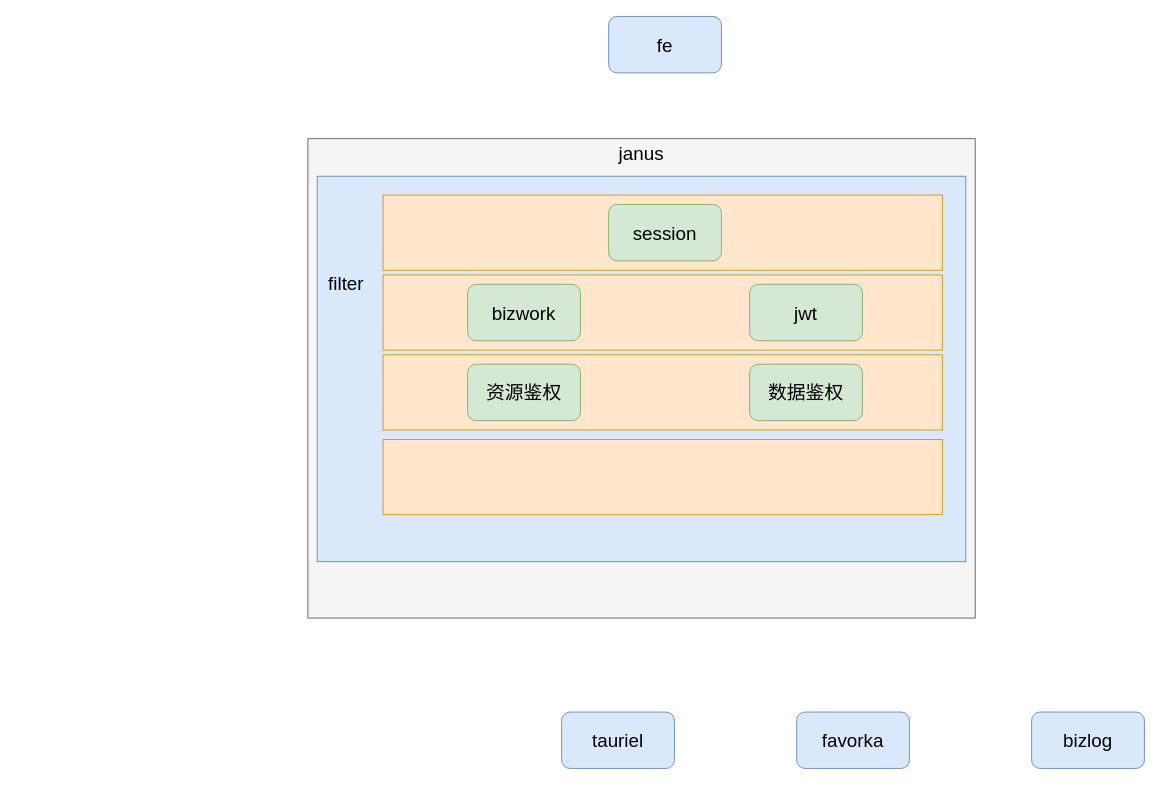
Earlier version of the draw.io diagram janus_gateway.drawio (effyroth/drawio2). Source tidied: cells renumbered, new cells numbered last; positions are measured from the earlier drawing's top-left corner, leaving out a move shared by most shapes. Both pictures are drawn from the tidied source at 94%, with x=0, y=0 at pixel (307, 16).
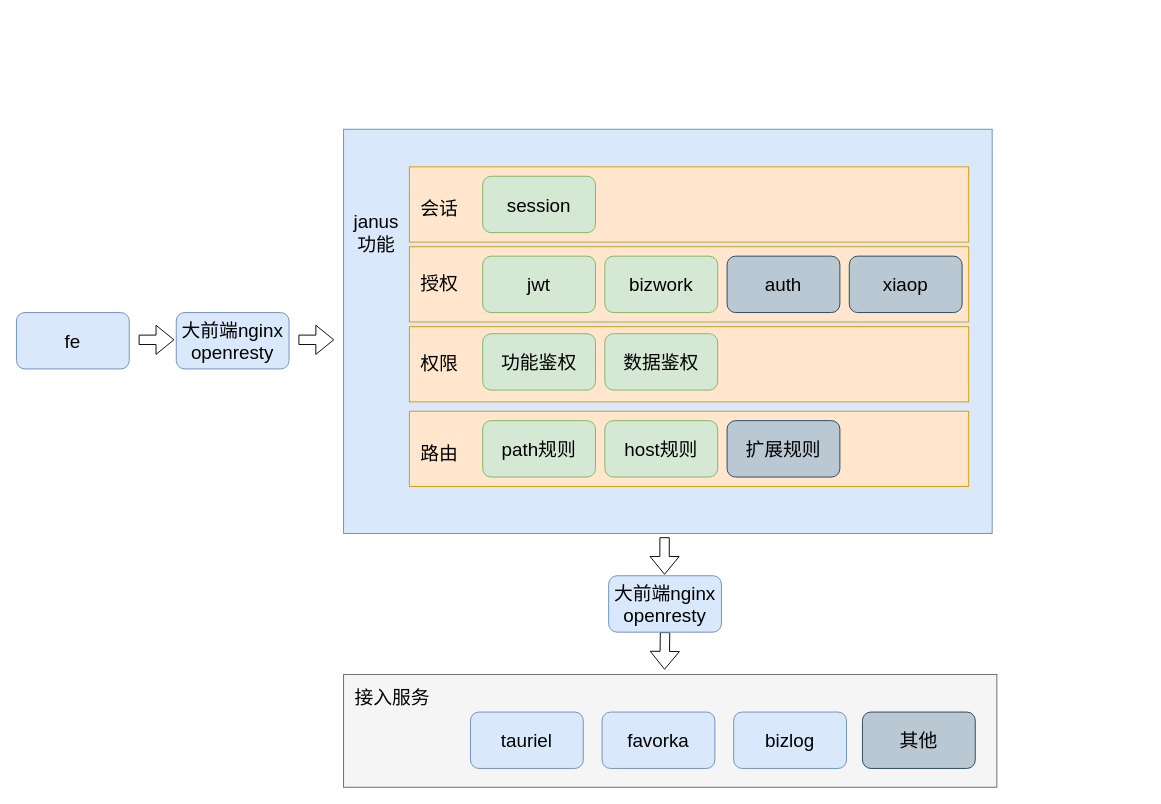
After the change.

The edit, as a diff of the source:
```diff
@@
-    <mxCell id="2" style="rounded=0;whiteSpace=wrap;html=1;fillColor=#f5f5f5;strokeColor=#666666;fontColor=#333333;glass=0;comic=0;" parent="1" vertex="1">
-      <mxGeometry y="130" width="710" height="510" as="geometry" />
-    </mxCell>
+    <mxCell id="19" style="rounded=0;whiteSpace=wrap;html=1;fillColor=#f5f5f5;strokeColor=#666666;fontColor=#333333;glass=0;comic=0;" parent="1" vertex="1">
+      <mxGeometry x="38" y="700" width="695" height="120" as="geometry" />
+    </mxCell>
     <mxCell id="3" value="&lt;font style=&quot;font-size: 20px&quot;&gt;fe&lt;/font&gt;" style="rounded=1;whiteSpace=wrap;html=1;fillColor=#dae8fc;strokeColor=#6c8ebf;" parent="1" vertex="1">
-      <mxGeometry x="320" width="120" height="60" as="geometry" />
+      <mxGeometry x="-310" y="315" width="120" height="60" as="geometry" />
     </mxCell>
     <mxCell id="4" value="&lt;font style=&quot;font-size: 20px&quot;&gt;tauriel&lt;/font&gt;" style="rounded=1;whiteSpace=wrap;html=1;fillColor=#dae8fc;strokeColor=#6c8ebf;" parent="1" vertex="1">
-      <mxGeometry x="270" y="740" width="120" height="60" as="geometry" />
+      <mxGeometry x="173" y="740" width="120" height="60" as="geometry" />
     </mxCell>
     <mxCell id="5" value="&lt;font style=&quot;font-size: 20px&quot;&gt;favorka&lt;/font&gt;" style="rounded=1;whiteSpace=wrap;html=1;fillColor=#dae8fc;strokeColor=#6c8ebf;" parent="1" vertex="1">
-      <mxGeometry x="520" y="740" width="120" height="60" as="geometry" />
+      <mxGeometry x="313" y="740" width="120" height="60" as="geometry" />
     </mxCell>
     <mxCell id="6" value="&lt;font style=&quot;font-size: 20px&quot;&gt;bizlog&lt;/font&gt;" style="rounded=1;whiteSpace=wrap;html=1;fillColor=#dae8fc;strokeColor=#6c8ebf;" parent="1" vertex="1">
-      <mxGeometry x="770" y="740" width="120" height="60" as="geometry" />
+      <mxGeometry x="453" y="740" width="120" height="60" as="geometry" />
     </mxCell>
     <mxCell id="7" style="rounded=0;whiteSpace=wrap;html=1;fillColor=#dae8fc;strokeColor=#6c8ebf;" parent="1" vertex="1">
-      <mxGeometry x="10" y="170" width="690" height="410" as="geometry" />
+      <mxGeometry x="38" y="120" width="690" height="430" as="geometry" />
     </mxCell>
-    <mxCell id="8" value="&lt;font style=&quot;font-size: 20px&quot;&gt;janus&lt;/font&gt;" style="text;html=1;strokeColor=none;fillColor=none;align=center;verticalAlign=middle;whiteSpace=wrap;rounded=0;" parent="1" vertex="1">
-      <mxGeometry x="320" y="130" width="70" height="30" as="geometry" />
+    <mxCell id="8" value="&lt;font style=&quot;font-size: 20px&quot;&gt;janus&lt;br&gt;功能&lt;br&gt;&lt;/font&gt;" style="text;html=1;strokeColor=none;fillColor=none;align=center;verticalAlign=middle;whiteSpace=wrap;rounded=0;" parent="1" vertex="1">
+      <mxGeometry x="38" y="215" width="70" height="30" as="geometry" />
     </mxCell>
-    <mxCell id="9" value="&lt;font style=&quot;font-size: 20px&quot;&gt;filter&lt;/font&gt;" style="text;html=1;align=left;verticalAlign=top;spacingTop=-4;" parent="1" vertex="1">
-      <mxGeometry x="20" y="270" width="50" height="20" as="geometry" />
-    </mxCell>
     <mxCell id="10" style="rounded=0;whiteSpace=wrap;html=1;fillColor=#ffe6cc;strokeColor=#d79b00;" parent="1" vertex="1">
-      <mxGeometry x="80" y="190" width="595" height="80" as="geometry" />
+      <mxGeometry x="108" y="160" width="595" height="80" as="geometry" />
     </mxCell>
     <mxCell id="11" value="&lt;span style=&quot;font-size: 20px&quot;&gt;session&lt;/span&gt;" style="rounded=1;whiteSpace=wrap;html=1;fillColor=#d5e8d4;strokeColor=#82b366;" parent="1" vertex="1">
-      <mxGeometry x="320" y="200" width="120" height="60" as="geometry" />
+      <mxGeometry x="186" y="170" width="120" height="60" as="geometry" />
     </mxCell>
     <mxCell id="12" style="rounded=0;whiteSpace=wrap;html=1;fillColor=#ffe6cc;strokeColor=#d79b00;" parent="1" vertex="1">
-      <mxGeometry x="80" y="275" width="595" height="80" as="geometry" />
+      <mxGeometry x="108" y="245" width="595" height="80" as="geometry" />
     </mxCell>
     <mxCell id="13" style="rounded=0;whiteSpace=wrap;html=1;fillColor=#ffe6cc;strokeColor=#d79b00;" parent="1" vertex="1">
-      <mxGeometry x="80" y="360" width="595" height="80" as="geometry" />
+      <mxGeometry x="108" y="330" width="595" height="80" as="geometry" />
     </mxCell>
     <mxCell id="14" value="&lt;font style=&quot;font-size: 20px&quot;&gt;bizwork&lt;/font&gt;" style="rounded=1;whiteSpace=wrap;html=1;fillColor=#d5e8d4;strokeColor=#82b366;" parent="1" vertex="1">
-      <mxGeometry x="170" y="285" width="120" height="60" as="geometry" />
+      <mxGeometry x="316" y="255" width="120" height="60" as="geometry" />
     </mxCell>
-    <mxCell id="15" value="&lt;span style=&quot;font-size: 20px&quot;&gt;资源鉴权&lt;/span&gt;" style="rounded=1;whiteSpace=wrap;html=1;fillColor=#d5e8d4;strokeColor=#82b366;" parent="1" vertex="1">
-      <mxGeometry x="170" y="370" width="120" height="60" as="geometry" />
+    <mxCell id="15" value="&lt;span style=&quot;font-size: 20px&quot;&gt;功能鉴权&lt;/span&gt;" style="rounded=1;whiteSpace=wrap;html=1;fillColor=#d5e8d4;strokeColor=#82b366;" parent="1" vertex="1">
+      <mxGeometry x="186" y="337.5" width="120" height="60" as="geometry" />
     </mxCell>
     <mxCell id="16" value="&lt;span style=&quot;font-size: 20px&quot;&gt;jwt&lt;/span&gt;" style="rounded=1;whiteSpace=wrap;html=1;fillColor=#d5e8d4;strokeColor=#82b366;" parent="1" vertex="1">
-      <mxGeometry x="470" y="285" width="120" height="60" as="geometry" />
+      <mxGeometry x="186" y="255" width="120" height="60" as="geometry" />
     </mxCell>
     <mxCell id="17" value="&lt;span style=&quot;font-size: 20px&quot;&gt;数据鉴权&lt;/span&gt;" style="rounded=1;whiteSpace=wrap;html=1;fillColor=#d5e8d4;strokeColor=#82b366;" parent="1" vertex="1">
-      <mxGeometry x="470" y="370" width="120" height="60" as="geometry" />
+      <mxGeometry x="316" y="337.5" width="120" height="60" as="geometry" />
     </mxCell>
     <mxCell id="18" style="rounded=0;whiteSpace=wrap;html=1;fillColor=#ffe6cc;strokeColor=#d79b00;" parent="1" vertex="1">
-      <mxGeometry x="80" y="450" width="595" height="80" as="geometry" />
+      <mxGeometry x="108" y="420" width="595" height="80" as="geometry" />
     </mxCell>
+    <mxCell id="20" value="&lt;span style=&quot;font-size: 20px&quot;&gt;path规则&lt;/span&gt;" style="rounded=1;whiteSpace=wrap;html=1;fillColor=#d5e8d4;strokeColor=#82b366;" parent="1" vertex="1">
+      <mxGeometry x="186" y="430" width="120" height="60" as="geometry" />
+    </mxCell>
+    <mxCell id="21" value="&lt;span style=&quot;font-size: 20px&quot;&gt;host规则&lt;/span&gt;" style="rounded=1;whiteSpace=wrap;html=1;fillColor=#d5e8d4;strokeColor=#82b366;" parent="1" vertex="1">
+      <mxGeometry x="316" y="430" width="120" height="60" as="geometry" />
+    </mxCell>
+    <mxCell id="22" value="&lt;font style=&quot;font-size: 20px&quot;&gt;auth&lt;/font&gt;" style="rounded=1;whiteSpace=wrap;html=1;fillColor=#bac8d3;strokeColor=#23445d;" parent="1" vertex="1">
+      <mxGeometry x="446" y="255" width="120" height="60" as="geometry" />
+    </mxCell>
+    <mxCell id="23" value="&lt;font style=&quot;font-size: 20px&quot;&gt;xiaop&lt;/font&gt;" style="rounded=1;whiteSpace=wrap;html=1;fillColor=#bac8d3;strokeColor=#23445d;" parent="1" vertex="1">
+      <mxGeometry x="576" y="255" width="120" height="60" as="geometry" />
+    </mxCell>
+    <mxCell id="24" value="&lt;font style=&quot;font-size: 20px&quot;&gt;授权&lt;/font&gt;" style="text;html=1;align=left;verticalAlign=top;spacingTop=-4;" parent="1" vertex="1">
+      <mxGeometry x="118" y="270" width="60" height="20" as="geometry" />
+    </mxCell>
+    <mxCell id="25" value="&lt;font style=&quot;font-size: 20px&quot;&gt;接入服务&lt;/font&gt;" style="text;html=1;align=left;verticalAlign=top;spacingTop=-4;" parent="1" vertex="1">
+      <mxGeometry x="48" y="710" width="100" height="20" as="geometry" />
+    </mxCell>
+    <mxCell id="26" style="shape=flexArrow;endArrow=classic;html=1;" parent="1" edge="1">
+      <mxGeometry relative="1" as="geometry">
+        <mxPoint x="-180" y="344" as="sourcePoint" />
+        <mxPoint x="-142" y="344" as="targetPoint" />
+      </mxGeometry>
+    </mxCell>
+    <mxCell id="27" style="shape=flexArrow;endArrow=classic;html=1;" parent="1" edge="1">
+      <mxGeometry relative="1" as="geometry">
+        <mxPoint x="380" y="655" as="sourcePoint" />
+        <mxPoint x="379.5" y="695" as="targetPoint" />
+      </mxGeometry>
+    </mxCell>
+    <mxCell id="28" value="&lt;span style=&quot;font-size: 20px&quot;&gt;扩展规则&lt;/span&gt;" style="rounded=1;whiteSpace=wrap;html=1;fillColor=#bac8d3;strokeColor=#23445d;" parent="1" vertex="1">
+      <mxGeometry x="446" y="430" width="120" height="60" as="geometry" />
+    </mxCell>
+    <mxCell id="29" value="&lt;font style=&quot;font-size: 20px&quot;&gt;路由&lt;/font&gt;" style="text;html=1;align=left;verticalAlign=top;spacingTop=-4;" parent="1" vertex="1">
+      <mxGeometry x="118" y="450" width="60" height="20" as="geometry" />
+    </mxCell>
+    <mxCell id="30" value="&lt;span style=&quot;font-size: 20px&quot;&gt;权限&lt;/span&gt;" style="text;html=1;align=left;verticalAlign=top;spacingTop=-4;" parent="1" vertex="1">
+      <mxGeometry x="118" y="355" width="60" height="20" as="geometry" />
+    </mxCell>
+    <mxCell id="31" value="&lt;span style=&quot;font-size: 20px&quot;&gt;会话&lt;/span&gt;" style="text;html=1;align=left;verticalAlign=top;spacingTop=-4;" parent="1" vertex="1">
+      <mxGeometry x="118" y="190" width="60" height="20" as="geometry" />
+    </mxCell>
+    <mxCell id="32" value="&lt;font style=&quot;font-size: 20px&quot;&gt;大前端nginx&lt;br&gt;openresty&lt;br&gt;&lt;/font&gt;" style="rounded=1;whiteSpace=wrap;html=1;fillColor=#dae8fc;strokeColor=#6c8ebf;" parent="1" vertex="1">
+      <mxGeometry x="-140" y="315" width="120" height="60" as="geometry" />
+    </mxCell>
+    <mxCell id="33" value="&lt;font style=&quot;font-size: 20px&quot;&gt;大前端nginx&lt;br&gt;openresty&lt;br&gt;&lt;/font&gt;" style="rounded=1;whiteSpace=wrap;html=1;fillColor=#dae8fc;strokeColor=#6c8ebf;" parent="1" vertex="1">
+      <mxGeometry x="320" y="595" width="120" height="60" as="geometry" />
+    </mxCell>
+    <mxCell id="34" style="shape=flexArrow;endArrow=classic;html=1;" parent="1" edge="1">
+      <mxGeometry relative="1" as="geometry">
+        <mxPoint x="379.5" y="554" as="sourcePoint" />
+        <mxPoint x="379.5" y="594" as="targetPoint" />
+      </mxGeometry>
+    </mxCell>
+    <mxCell id="35" style="shape=flexArrow;endArrow=classic;html=1;" parent="1" edge="1">
+      <mxGeometry relative="1" as="geometry">
+        <mxPoint x="-10" y="344" as="sourcePoint" />
+        <mxPoint x="28" y="344" as="targetPoint" />
+      </mxGeometry>
+    </mxCell>
+    <mxCell id="36" value="&lt;span style=&quot;font-size: 20px&quot;&gt;其他&lt;/span&gt;" style="rounded=1;whiteSpace=wrap;html=1;fillColor=#bac8d3;strokeColor=#23445d;" parent="1" vertex="1">
+      <mxGeometry x="590" y="740" width="120" height="60" as="geometry" />
+    </mxCell>
```
